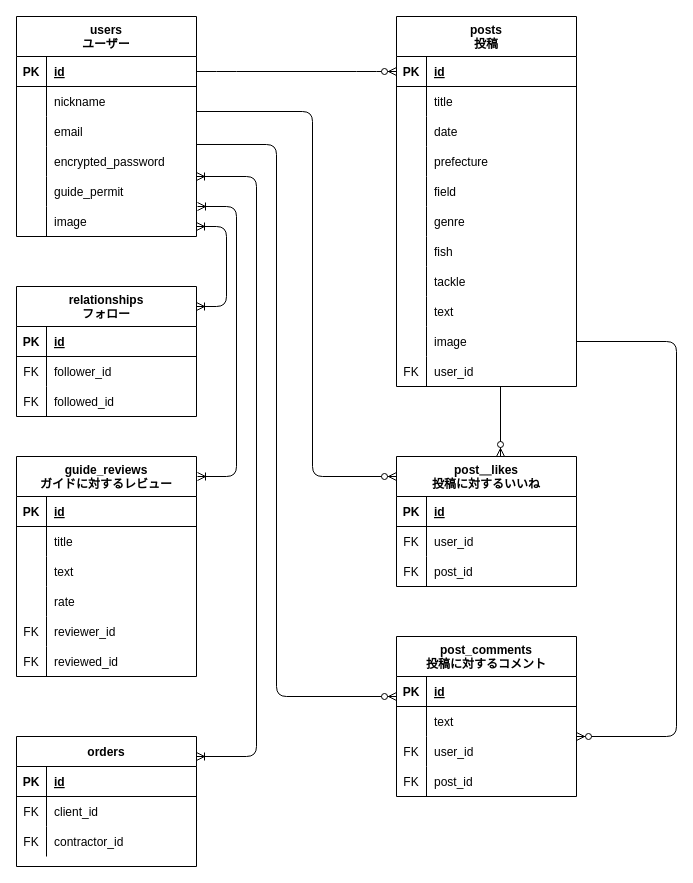
Above: totojiman.dio in umigame4031/totojiman (draw.io), before the change. Source tidied: cells renumbered, new cells numbered last; positions are measured from the earlier drawing's top-left corner, leaving out a move shared by most shapes. Both pictures are drawn from the tidied source at 100%, with x=0, y=0 at pixel (16, 16).
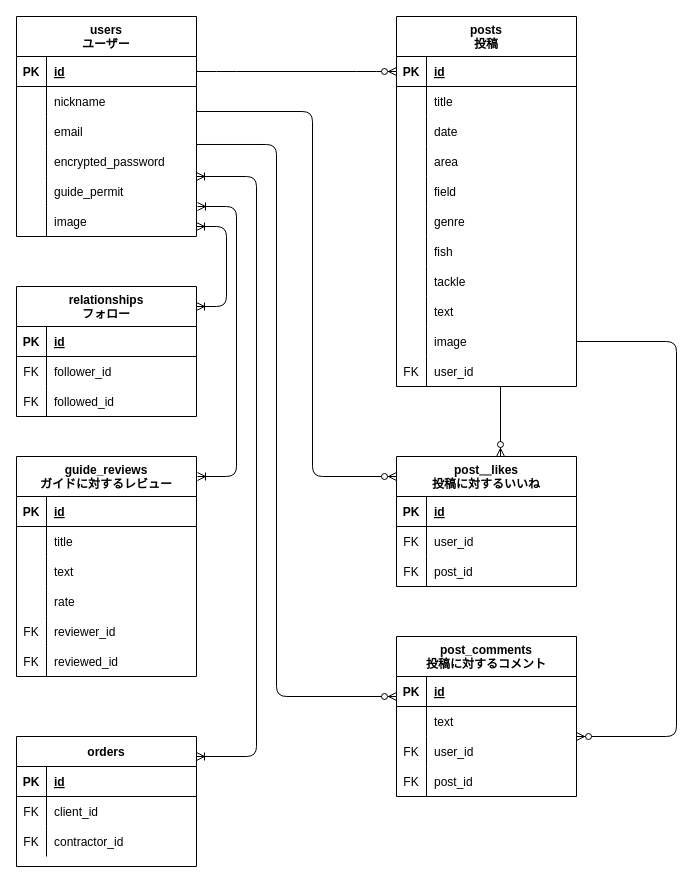
After the change.

The change refers to these unchanged cells:
```xml
<mxCell id="31" style="shape=partialRectangle;fillColor=none;top=0;left=0;bottom=0;right=0;" parent="21" vertex="1">
  <mxGeometry y="130" width="180" height="30" as="geometry" />
</mxCell>
```

Change to the diagram source:
```diff
@@
-    <mxCell id="33" value="prefecture" style="shape=partialRectangle;fillColor=none;top=0;left=0;bottom=0;right=0;align=left;spacingLeft=6;overflow=hidden;" parent="31" vertex="1">
+    <mxCell id="33" value="area" style="shape=partialRectangle;fillColor=none;top=0;left=0;bottom=0;right=0;align=left;spacingLeft=6;overflow=hidden;" parent="31" vertex="1">
       <mxGeometry x="30" width="150" height="30" as="geometry" />
     </mxCell>
```
